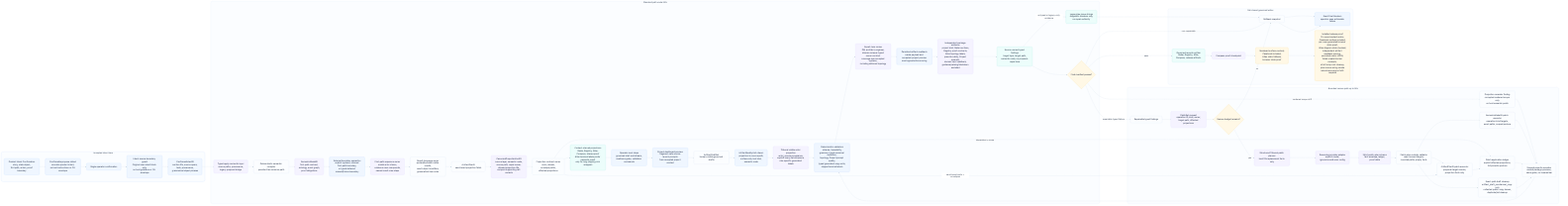
This is odylith/atlas/source/domain-intelligence-greenfield-governance.png from odylith/odylith, a Mermaid export, as it was before one commit. Its source is kept beside it as odylith/atlas/source/domain-intelligence-greenfield-governance.mmd.
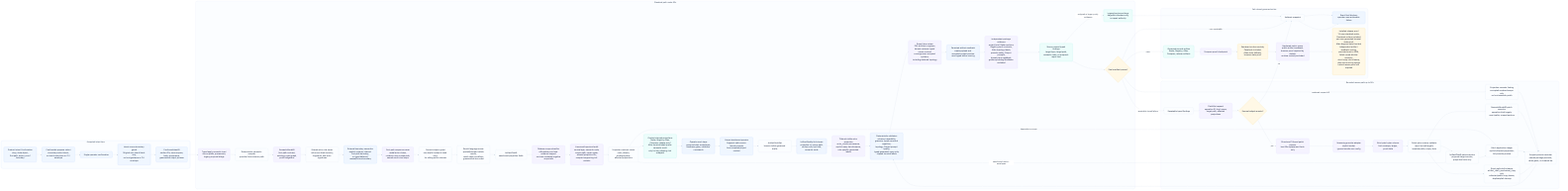
The same file after the commit.

Diff of the diagram source:
```diff
@@ -13,10 +13,13 @@
       apply_input["Typed apply-semantic input<br/>source paths, provenance,<br/>legacy proposal bridge"]
       compiler["Deterministic semantic compiler<br/>provider-free common path"]
       semantic_ir["SemanticModelIR<br/>first-path contract,<br/>ontology, event graph,<br/>proof obligations"]
+      actor_role_owner["Shared actor-role owner<br/>role nouns feed recovery,<br/>fragments, and actor signatures"]
       external_boundary["External boundary semantics<br/>explicit systems, inferred first-path boundary,<br/>or typed deferred manual/fixture boundary"]
       sequence_owner["First-path sequence owner<br/>modal actor chains,<br/>evidence noun compounds,<br/>named result-view steps"]
+      subject_carry_guard["Carried-subject guard<br/>only explicit subjects seed carry<br/>for sibling action clauses"]
       result_language["Result-language owner<br/>quoted/bounded visible results,<br/>result-object modifiers,<br/>grammatical item order"]
       artifact_plan["ArtifactPlanIR<br/>sanctioned projection fields"]
+      release_scope["Release-scope classifier<br/>affirmative proof and evidence support<br/>survives unrelated negative scope tails"]
       canonical_facts["CanonicalProjectionFactIR<br/>source layer, semantic node,<br/>source path, repair owner,<br/>allowed projection IDs,<br/>compact supporting-tail variants"]
       projection_contract["Projection contract owner<br/>roots, aliases,<br/>envelope paths,<br/>affected projections"]
       projections["Context-starved projections<br/>Radar, Registry, Atlas,<br/>Compass, release proof<br/>Atlas terminal labels prefer semantic result<br/>only for long clipping-risk wrappers"]
@@ -58,14 +61,15 @@
       blockers["Exact final blockers<br/>operator sees actionable failure"]
       proof_log["Compass proof checkpoint"]
       surface_custody["Rendered surface custody<br/>Casebook included,<br/>Atlas static fallback,<br/>browser state proof"]
+      matrix_scorer["Hardened matrix scorer<br/>public artifact readback,<br/>browser proof required by default,<br/>runtime custody excluded"]
       release_matrix["Installed release proof<br/>13-case standard matrix,<br/>Casebook surface included,<br/>per-case generated browser state proof,<br/>Atlas diagram state checked,<br/>independent artifact readback scoring,<br/>persisted matrix JSON,<br/>failed-create blocker excerpts,<br/>strict temp-root cleanup,<br/>plus rescue wiring smoke<br/>natural rescue proof still required"]
     end
 
     visible_intent --> confirmable_stdout --> confirm --> source_guard --> confirmed_ir
-    confirmed_ir --> apply_input --> compiler --> semantic_ir --> external_boundary --> sequence_owner --> result_language --> artifact_plan --> canonical_facts --> projection_contract --> projections --> next_steps --> project_dashboard --> draft_set
+    confirmed_ir --> apply_input --> compiler --> semantic_ir --> actor_role_owner --> external_boundary --> sequence_owner --> subject_carry_guard --> result_language --> artifact_plan --> release_scope --> canonical_facts --> projection_contract --> projections --> next_steps --> project_dashboard --> draft_set
     draft_set --> artifact_units --> visible_actor_projection --> validators --> expert_lenses --> persisted_readback --> evidence_readback --> typed_findings --> final_manifest
     typed_findings -- "untyped or legacy-only evidence" --> legacy_blockers --> rollback
-    final_manifest -- "pass" --> writes --> proof_log --> surface_custody --> release_matrix
+    final_manifest -- "pass" --> writes --> proof_log --> surface_custody --> matrix_scorer --> release_matrix
     final_manifest -- "rendered scope drift" --> projection_rerender --> rerender
     final_manifest -- "repairable typed failure" --> repairable --> patchset --> rescue_budget
     rescue_budget -- "yes" --> tribunal_planner --> provider_adapter --> strict_schema --> custody_check
@@ -87,9 +91,9 @@
     classDef rescue fill:#FFF7ED,stroke:#FDBA74,color:#17233A,stroke-width:1.2px;
     classDef write fill:#F0FDF4,stroke:#86EFAC,color:#17233A,stroke-width:1.2px;
     class visible_intent,confirmable_stdout,confirm,source_guard,confirmed_ir intent;
-    class apply_input,compiler,semantic_ir,external_boundary,sequence_owner,result_language,artifact_plan,canonical_facts,projection_contract,projections,next_steps,project_dashboard,draft_set,artifact_units,visible_actor_projection,validators,expert_lenses,persisted_readback,evidence_readback,typed_findings,legacy_blockers,final_manifest standard;
+    class apply_input,compiler,semantic_ir,actor_role_owner,external_boundary,sequence_owner,subject_carry_guard,result_language,artifact_plan,release_scope,canonical_facts,projection_contract,projections,next_steps,project_dashboard,draft_set,artifact_units,visible_actor_projection,validators,expert_lenses,persisted_readback,evidence_readback,typed_findings,legacy_blockers,final_manifest standard;
     class repairable,patchset,rescue_budget,tribunal_planner,provider_adapter,strict_schema,custody_check,semantic_apply,plan_apply,scope_ledger,projection_rerender,copy_repair,rerender rescue;
-    class writes,rollback,blockers,proof_log,surface_custody,release_matrix write;
+    class writes,rollback,blockers,proof_log,surface_custody,matrix_scorer,release_matrix write;
 
     style accepted_lane fill:#FBFDFF,stroke:#BFD7FE,stroke-width:1px,color:#334155
     style standard_lane fill:#FBFDFF,stroke:#CBD5E1,stroke-width:1px,color:#334155
```
